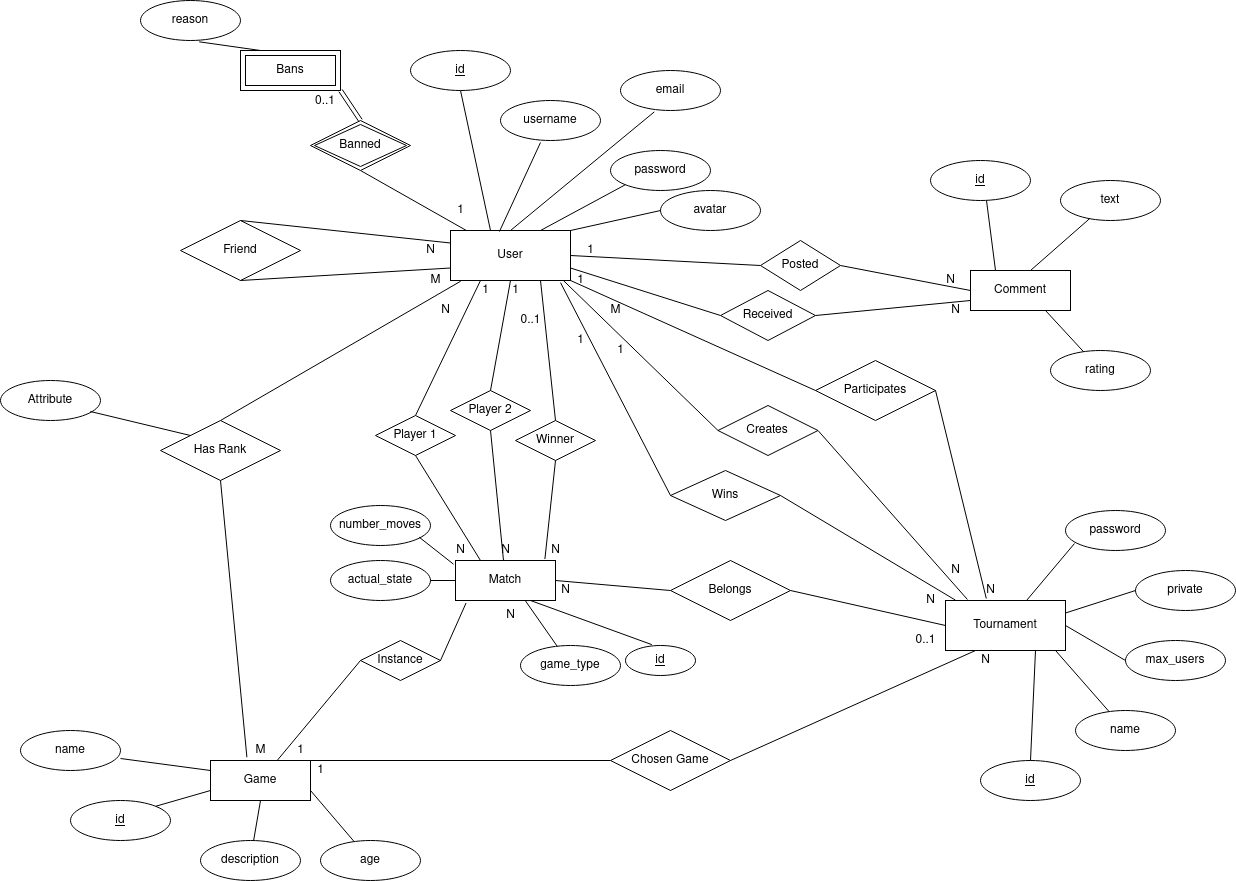
Earlier version of the draw.io export Reports/DER.png (pedromiglou/MathGames). Source tidied: cells renumbered, new cells last; positions are measured from the earlier drawing's top-left corner, leaving out a move shared by most shapes.
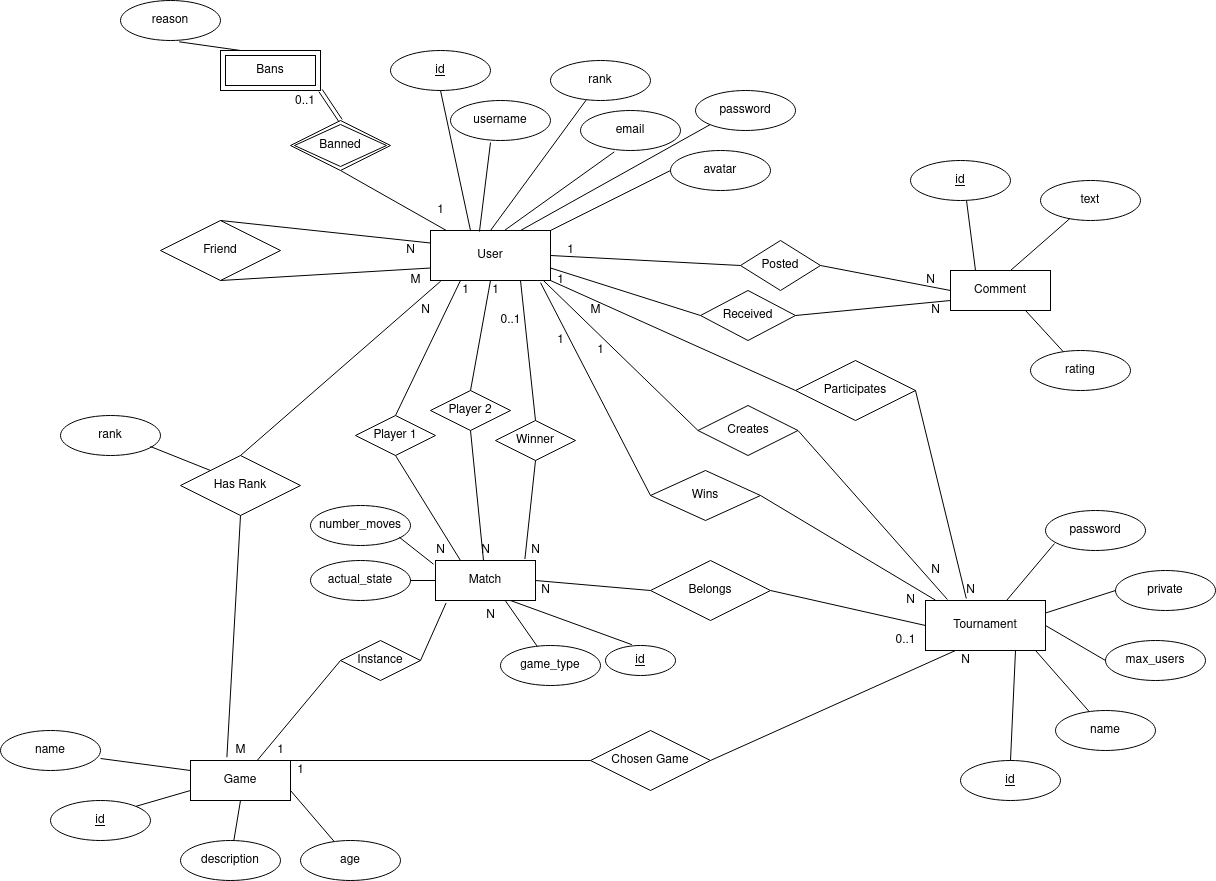
The same file after the commit.

The edit, as a diff of the source:
```diff
@@ -17,18 +17,18 @@
       <mxGeometry relative="1" as="geometry" />
     </mxCell>
     <mxCell id="6" value="username" style="ellipse;whiteSpace=wrap;html=1;align=center;" parent="1" vertex="1">
-      <mxGeometry x="500" y="100" width="100" height="40" as="geometry" />
+      <mxGeometry x="470" y="100" width="100" height="40" as="geometry" />
     </mxCell>
     <mxCell id="7" value="email" style="ellipse;whiteSpace=wrap;html=1;align=center;" parent="1" vertex="1">
-      <mxGeometry x="620" y="70" width="100" height="40" as="geometry" />
+      <mxGeometry x="600" y="110" width="100" height="40" as="geometry" />
     </mxCell>
     <mxCell id="8" value="avatar" style="ellipse;whiteSpace=wrap;html=1;align=center;" parent="1" vertex="1">
-      <mxGeometry x="660" y="190" width="100" height="40" as="geometry" />
+      <mxGeometry x="690" y="150" width="100" height="40" as="geometry" />
     </mxCell>
     <mxCell id="9" value="password" style="ellipse;whiteSpace=wrap;html=1;align=center;" parent="1" vertex="1">
-      <mxGeometry x="610" y="150" width="100" height="40" as="geometry" />
+      <mxGeometry x="715" y="90" width="100" height="40" as="geometry" />
     </mxCell>
-    <mxCell id="10" style="endArrow=none;html=1;entryX=0.338;entryY=1.034;entryDx=0;entryDy=0;entryPerimeter=0;exitX=0.5;exitY=0;exitDx=0;exitDy=0;" parent="1" edge="1" source="2" target="7">
+    <mxCell id="10" style="endArrow=none;html=1;entryX=0.338;entryY=1.034;entryDx=0;entryDy=0;entryPerimeter=0;exitX=0.62;exitY=-0.007;exitDx=0;exitDy=0;exitPerimeter=0;" parent="1" edge="1" source="2" target="7">
       <mxGeometry relative="1" as="geometry" />
     </mxCell>
     <mxCell id="11" style="endArrow=none;html=1;entryX=0;entryY=1;entryDx=0;entryDy=0;exitX=0.75;exitY=0;exitDx=0;exitDy=0;" parent="1" edge="1" source="2" target="9">
@@ -347,7 +347,7 @@
       <mxGeometry x="920" y="590" width="20" height="20" as="geometry" />
     </mxCell>
     <mxCell id="112" value="Has Rank" style="shape=rhombus;perimeter=rhombusPerimeter;whiteSpace=wrap;html=1;align=center;" parent="1" vertex="1">
-      <mxGeometry x="160" y="420" width="120" height="60" as="geometry" />
+      <mxGeometry x="200" y="455" width="120" height="60" as="geometry" />
     </mxCell>
     <mxCell id="113" style="endArrow=none;html=1;entryX=0.085;entryY=1.014;entryDx=0;entryDy=0;entryPerimeter=0;exitX=0.5;exitY=0;exitDx=0;exitDy=0;" parent="1" edge="1" source="112" target="2">
       <mxGeometry relative="1" as="geometry" />
@@ -355,8 +355,8 @@
     <mxCell id="114" style="endArrow=none;html=1;entryX=0.5;entryY=1;entryDx=0;entryDy=0;exitX=0.364;exitY=-0.082;exitDx=0;exitDy=0;exitPerimeter=0;" parent="1" edge="1" source="13" target="112">
       <mxGeometry relative="1" as="geometry" />
     </mxCell>
-    <mxCell id="115" value="Attribute" style="ellipse;whiteSpace=wrap;html=1;align=center;" parent="1" vertex="1">
-      <mxGeometry y="380" width="100" height="40" as="geometry" />
+    <mxCell id="115" value="rank" style="ellipse;whiteSpace=wrap;html=1;align=center;" parent="1" vertex="1">
+      <mxGeometry x="80" y="415" width="100" height="40" as="geometry" />
     </mxCell>
     <mxCell id="116" style="endArrow=none;html=1;entryX=0.899;entryY=0.775;entryDx=0;entryDy=0;entryPerimeter=0;exitX=0;exitY=0;exitDx=0;exitDy=0;" parent="1" edge="1" source="112" target="115">
       <mxGeometry relative="1" as="geometry" />
@@ -382,5 +382,11 @@
     <mxCell id="123" value="N" style="text;html=1;align=center;verticalAlign=middle;" parent="1" vertex="1">
       <mxGeometry x="945" y="560" width="20" height="20" as="geometry" />
     </mxCell>
+    <mxCell id="124" value="rank" style="ellipse;whiteSpace=wrap;html=1;align=center;" parent="1" vertex="1">
+      <mxGeometry x="570" y="60" width="100" height="40" as="geometry" />
+    </mxCell>
+    <mxCell id="125" style="endArrow=none;html=1;exitX=0.5;exitY=0;exitDx=0;exitDy=0;" parent="1" edge="1" source="2" target="124">
+      <mxGeometry relative="1" as="geometry" />
+    </mxCell>
   </root>
 </mxGraphModel>
```
